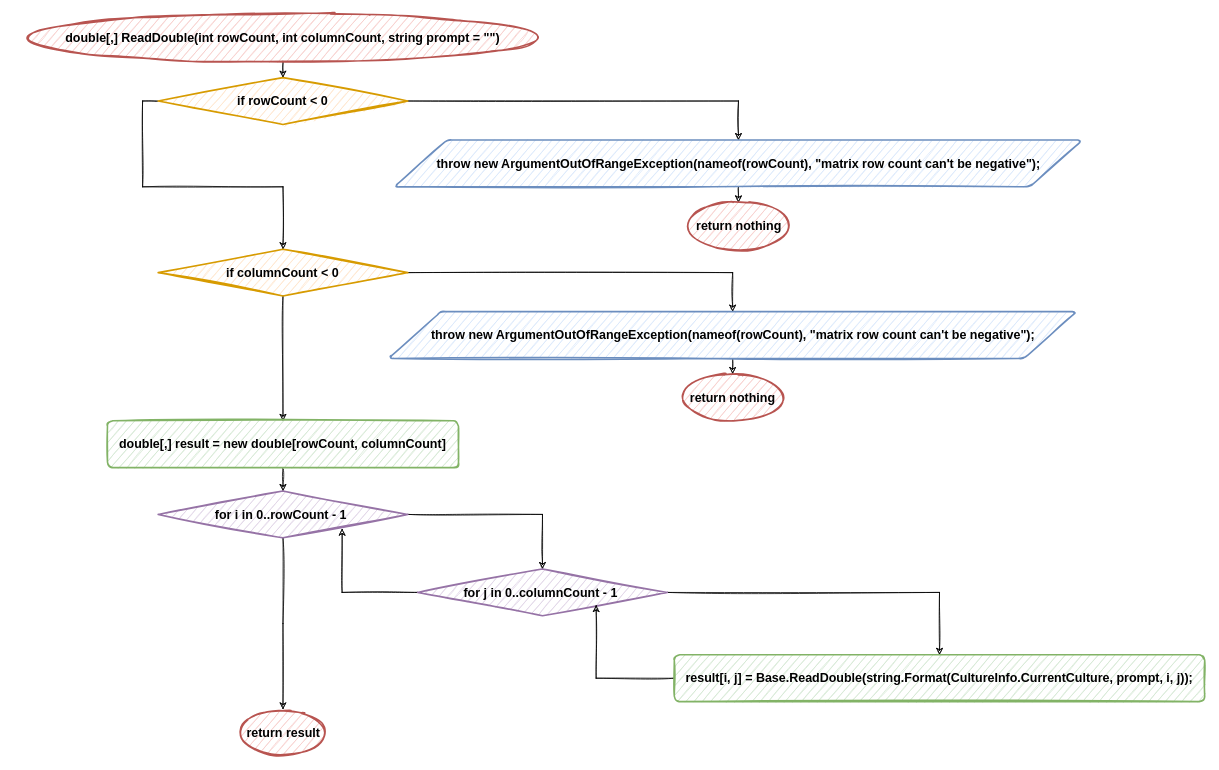
Earlier version of the draw.io diagram page "Utils/Matrix" (2 of 3) of flowchart.drawio (Console-Utils/mono-laboratorywork6). Source tidied: cells renumbered, new cells numbered last; positions are measured from the earlier drawing's top-left corner, leaving out a move shared by most shapes. Both pictures are drawn from the tidied source at 78%, with x=0, y=0 at pixel (13, 14).
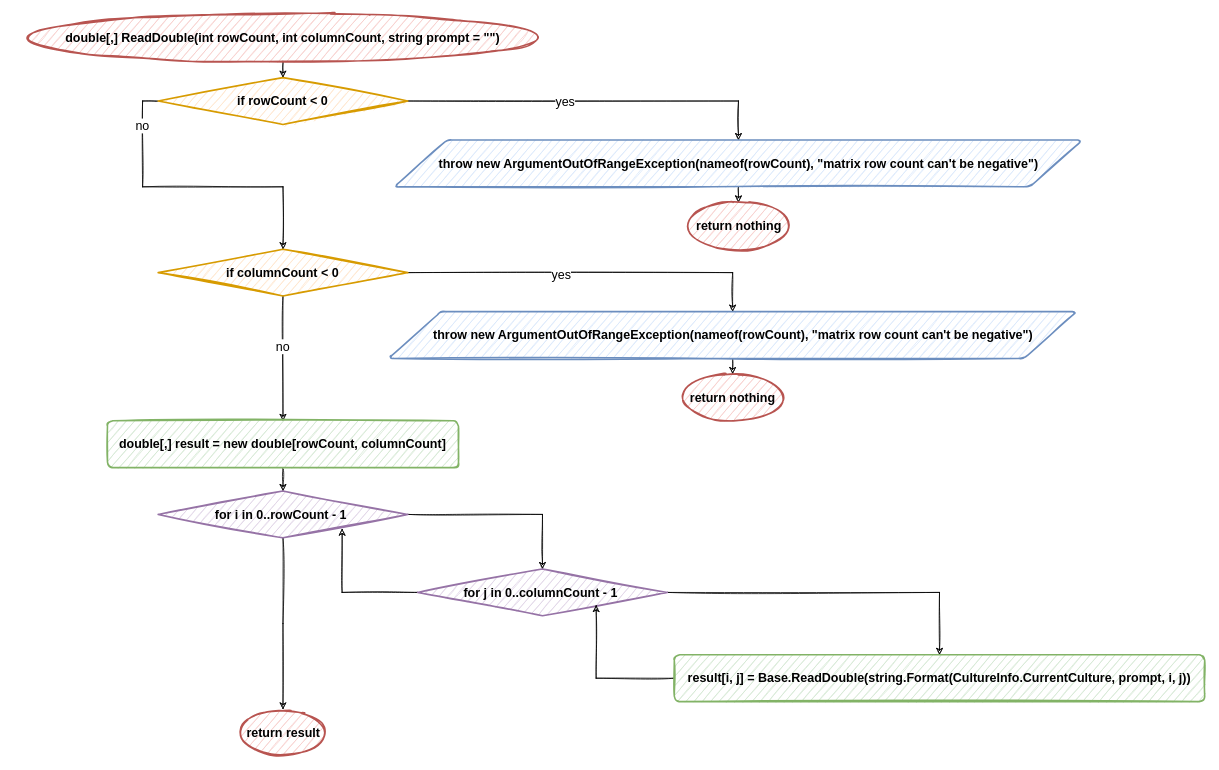
The same diagram, later.

Unchanged cells that the change refers to:
```xml
<mxCell id="5" style="edgeStyle=orthogonalEdgeStyle;rounded=0;sketch=1;jettySize=auto;html=1;exitX=1;exitY=0.5;exitDx=0;exitDy=0;exitPerimeter=0;entryX=0.5;entryY=0;entryDx=0;entryDy=0;" parent="1" edge="1" source="7" target="9">
  <mxGeometry relative="1" as="geometry" />
</mxCell>
<mxCell id="6" style="edgeStyle=orthogonalEdgeStyle;rounded=0;sketch=1;jettySize=auto;html=1;exitX=0;exitY=0.5;exitDx=0;exitDy=0;exitPerimeter=0;entryX=0.5;entryY=0;entryDx=0;entryDy=0;entryPerimeter=0;" parent="1" edge="1" source="7" target="13">
  <mxGeometry relative="1" as="geometry" />
</mxCell>
<mxCell id="11" style="edgeStyle=orthogonalEdgeStyle;rounded=0;sketch=1;jettySize=auto;html=1;exitX=1;exitY=0.5;exitDx=0;exitDy=0;exitPerimeter=0;" parent="1" edge="1" source="13" target="15">
  <mxGeometry relative="1" as="geometry" />
</mxCell>
<mxCell id="12" style="edgeStyle=orthogonalEdgeStyle;rounded=0;sketch=1;jettySize=auto;html=1;exitX=0.5;exitY=1;exitDx=0;exitDy=0;exitPerimeter=0;entryX=0.5;entryY=0;entryDx=0;entryDy=0;" parent="1" edge="1" source="13" target="18">
  <mxGeometry relative="1" as="geometry" />
</mxCell>
```

What changed in the source:
```diff
@@
+    <mxCell id="27" value="yes" style="edgeLabel;html=1;align=center;verticalAlign=middle;fontSize=16;" parent="5" vertex="1">
+      <mxGeometry x="-0.15" relative="1" as="geometry" />
+    </mxCell>
@@
+    <mxCell id="28" value="no" style="edgeLabel;html=1;align=center;verticalAlign=middle;fontSize=16;" parent="6" vertex="1">
+      <mxGeometry x="-0.74" y="-1" relative="1" as="geometry" />
+    </mxCell>
@@
-    <mxCell id="9" value="&lt;span style=&quot;font-size: 16px&quot;&gt;&lt;b&gt;throw new ArgumentOutOfRangeException(nameof(rowCount), &quot;matrix row count can't be negative&quot;);&lt;/b&gt;&lt;/span&gt;" style="shape=parallelogram;html=1;strokeWidth=2;perimeter=parallelogramPerimeter;whiteSpace=wrap;arcSize=12;size=0.07648725212464588;fillColor=#dae8fc;strokeColor=#6c8ebf;sketch=1;rounded=1;" parent="1" vertex="1">
+    <mxCell id="9" value="&lt;span style=&quot;font-size: 16px&quot;&gt;&lt;b&gt;throw new ArgumentOutOfRangeException(nameof(rowCount), &quot;matrix row count can't be negative&quot;)&lt;/b&gt;&lt;/span&gt;" style="shape=parallelogram;html=1;strokeWidth=2;perimeter=parallelogramPerimeter;whiteSpace=wrap;arcSize=12;size=0.07648725212464588;fillColor=#dae8fc;strokeColor=#6c8ebf;sketch=1;rounded=1;" parent="1" vertex="1">
       <mxGeometry x="488" y="161" width="882.5" height="60" as="geometry" />
     </mxCell>
@@
+    <mxCell id="29" value="yes" style="edgeLabel;html=1;align=center;verticalAlign=middle;fontSize=16;" parent="11" vertex="1">
+      <mxGeometry x="-0.16" y="-2" relative="1" as="geometry" />
+    </mxCell>
@@
+    <mxCell id="30" value="no" style="edgeLabel;html=1;align=center;verticalAlign=middle;fontSize=16;" parent="12" vertex="1">
+      <mxGeometry x="-0.2" y="-1" relative="1" as="geometry" />
+    </mxCell>
@@
-    <mxCell id="15" value="&lt;span style=&quot;font-size: 16px&quot;&gt;&lt;b&gt;throw new ArgumentOutOfRangeException(nameof(rowCount), &quot;matrix row count can't be negative&quot;);&lt;/b&gt;&lt;/span&gt;" style="shape=parallelogram;html=1;strokeWidth=2;perimeter=parallelogramPerimeter;whiteSpace=wrap;arcSize=12;size=0.07648725212464588;fillColor=#dae8fc;strokeColor=#6c8ebf;sketch=1;rounded=1;" parent="1" vertex="1">
+    <mxCell id="15" value="&lt;span style=&quot;font-size: 16px&quot;&gt;&lt;b&gt;throw new ArgumentOutOfRangeException(nameof(rowCount), &quot;matrix row count can't be negative&quot;)&lt;/b&gt;&lt;/span&gt;" style="shape=parallelogram;html=1;strokeWidth=2;perimeter=parallelogramPerimeter;whiteSpace=wrap;arcSize=12;size=0.07648725212464588;fillColor=#dae8fc;strokeColor=#6c8ebf;sketch=1;rounded=1;" parent="1" vertex="1">
       <mxGeometry x="480.5" y="381" width="882.5" height="60" as="geometry" />
     </mxCell>
@@
-    <mxCell id="26" value="&lt;font style=&quot;font-size: 16px&quot;&gt;&lt;b&gt;result[i, j] =&amp;nbsp;&lt;/b&gt;&lt;/font&gt;&lt;span style=&quot;font-size: 16px&quot;&gt;&lt;b&gt;Base.ReadDouble(string.Format(CultureInfo.CurrentCulture, prompt, i, j));&lt;/b&gt;&lt;/span&gt;" style="whiteSpace=wrap;html=1;absoluteArcSize=1;arcSize=14;strokeWidth=2;fillColor=#d5e8d4;strokeColor=#82b366;sketch=1;rounded=1;" parent="1" vertex="1">
+    <mxCell id="26" value="&lt;font style=&quot;font-size: 16px&quot;&gt;&lt;b&gt;result[i, j] =&amp;nbsp;&lt;/b&gt;&lt;/font&gt;&lt;span style=&quot;font-size: 16px&quot;&gt;&lt;b&gt;Base.ReadDouble(string.Format(CultureInfo.CurrentCulture, prompt, i, j))&lt;/b&gt;&lt;/span&gt;" style="whiteSpace=wrap;html=1;absoluteArcSize=1;arcSize=14;strokeWidth=2;fillColor=#d5e8d4;strokeColor=#82b366;sketch=1;rounded=1;" parent="1" vertex="1">
       <mxGeometry x="847" y="821" width="680" height="60" as="geometry" />
     </mxCell>
```
